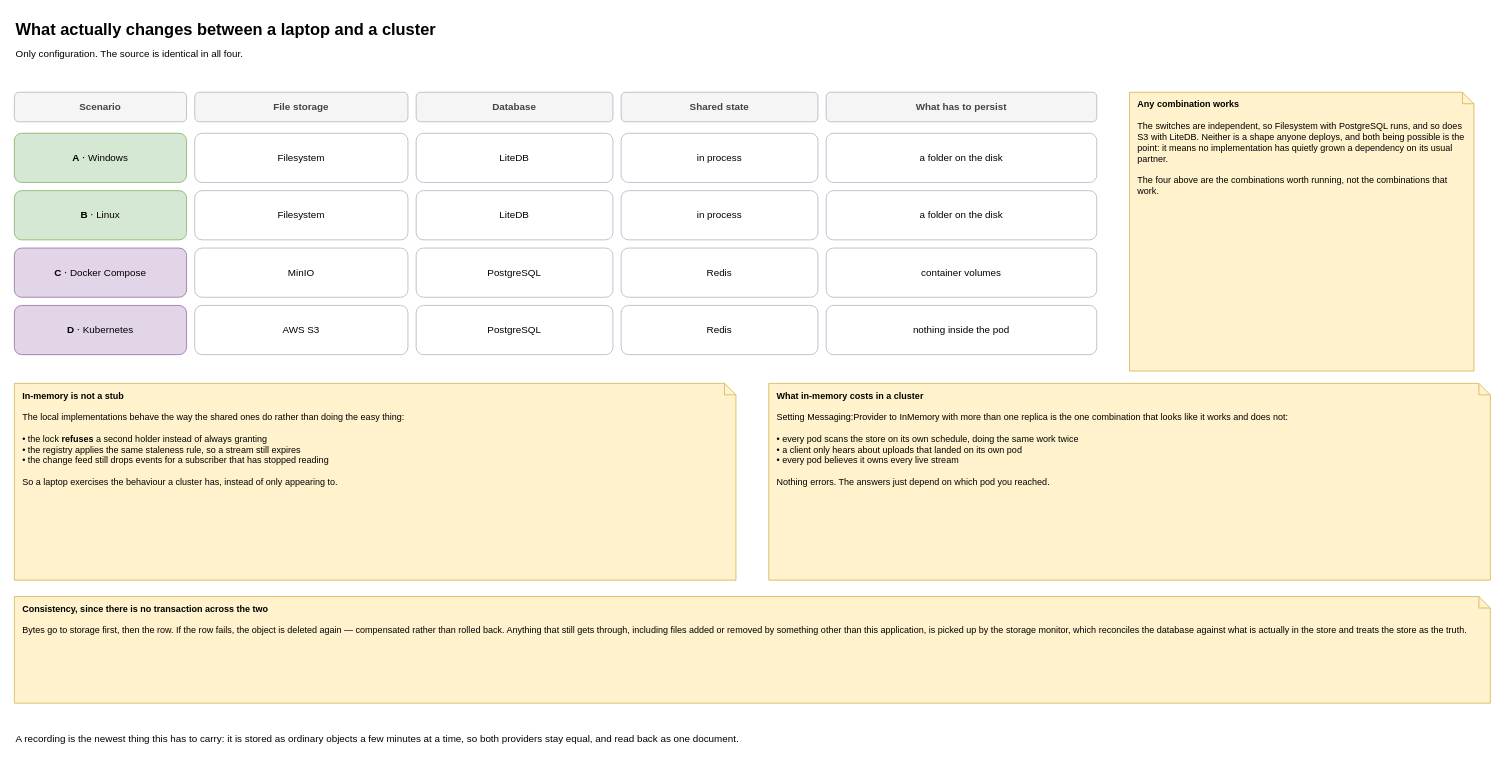
This is page "3. Laptop and cluster" (3 of 3) of docs/storage-and-persistence.drawio from magasb1/dotnet-architecture-patterns, a draw.io file, before an edit. Source tidied: cells renumbered, new cells numbered last; positions are measured from the earlier drawing's top-left corner, leaving out a move shared by most shapes. Both pictures are drawn from the tidied source at 82%, with x=0, y=0 at pixel (14, 14).
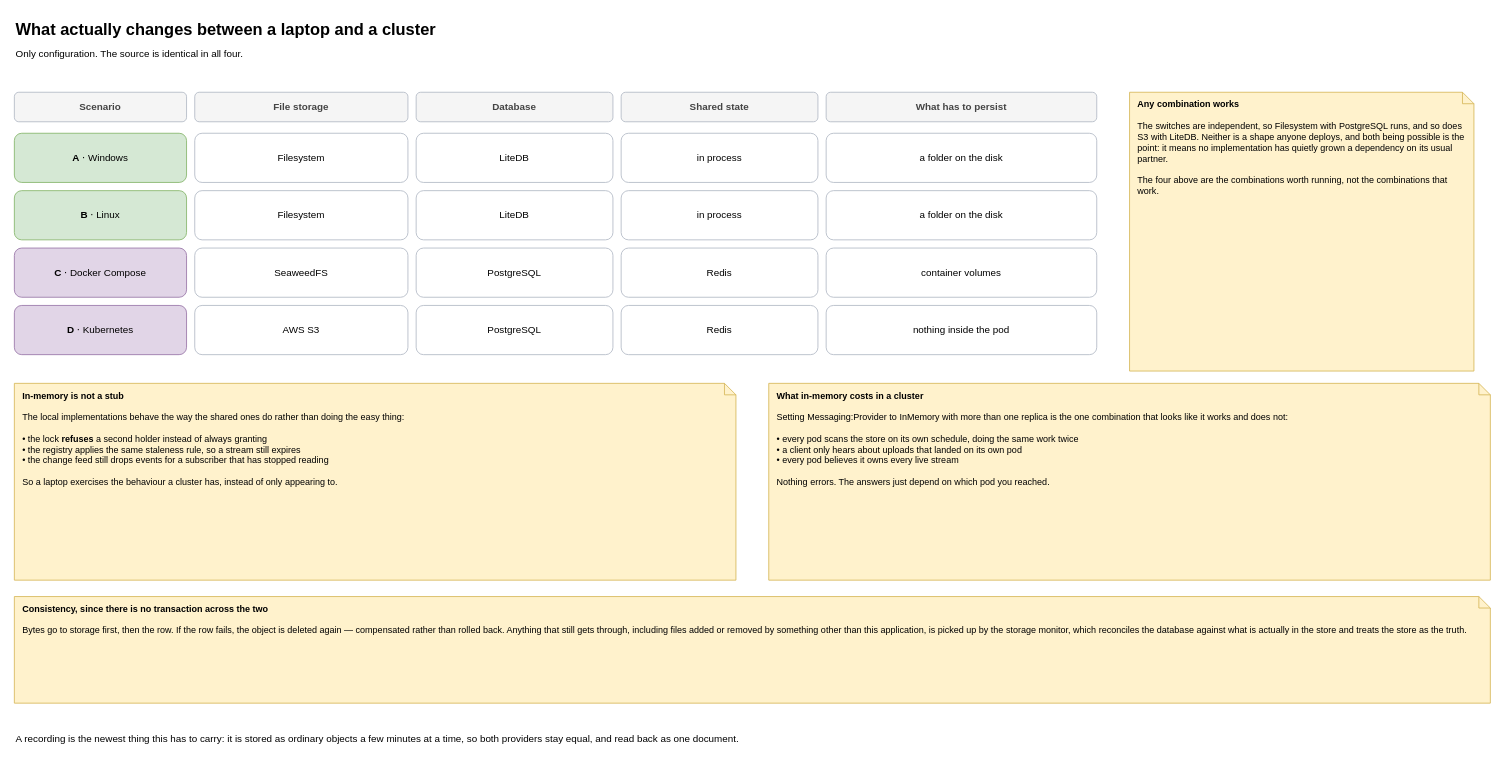
The same page after the edit.

What changed in the source:
```diff
@@
-    <mxCell id="20" value="MinIO" style="rounded=1;whiteSpace=wrap;html=1;fontSize=12;align=center;verticalAlign=middle;fillColor=#ffffff;strokeColor=#b0b7c3;" parent="1" vertex="1">
+    <mxCell id="20" value="SeaweedFS" style="rounded=1;whiteSpace=wrap;html=1;fontSize=12;align=center;verticalAlign=middle;fillColor=#ffffff;strokeColor=#b0b7c3;" parent="1" vertex="1">
       <mxGeometry x="220" y="285" width="260" height="60" as="geometry" />
     </mxCell>
```
